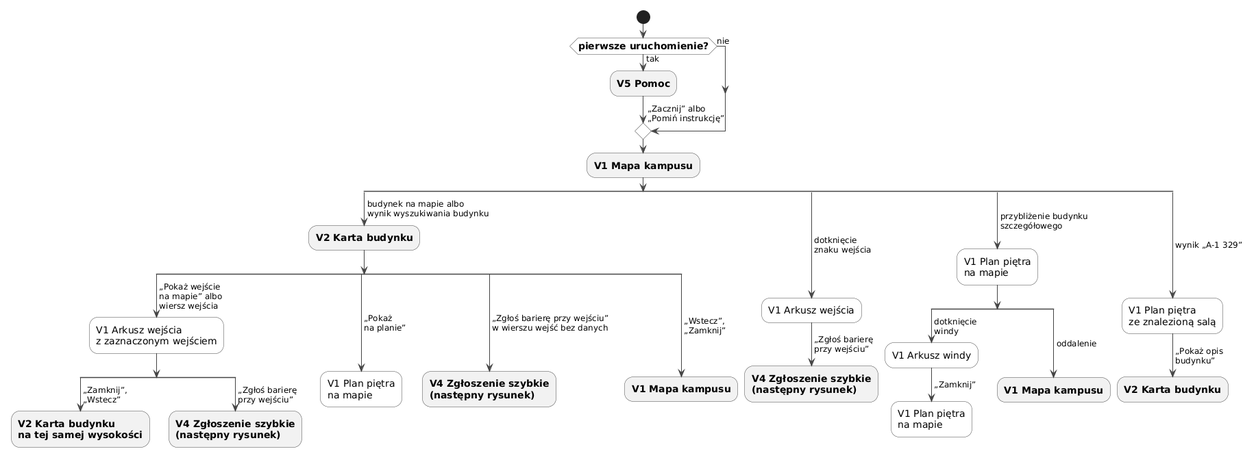
Above: docs/docs/_generated/nawigacja-gosc-mapa.png in dostepny-kampus/dostepny-kampus (PlantUML), before the change.
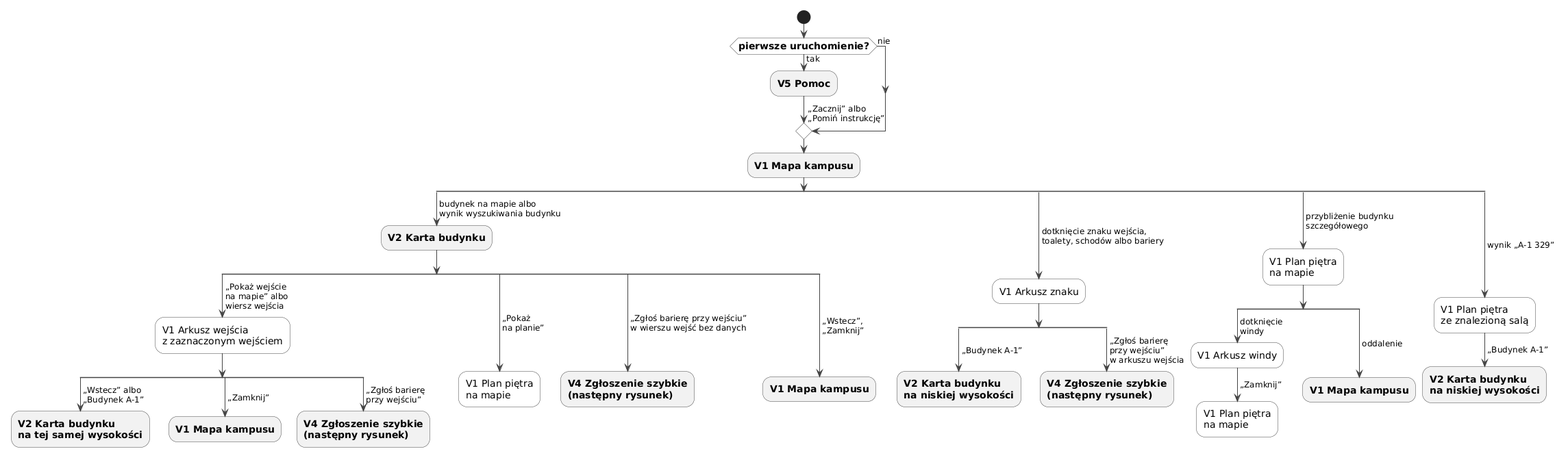
After the change.

Change to the diagram source:
```diff
@@ -15,8 +15,12 @@
     -> „Pokaż wejście\nna mapie” albo\nwiersz wejścia;
     :V1 Arkusz wejścia\nz zaznaczonym wejściem; <<stan>>
     split
-      -> „Zamknij”,\n„Wstecz”;
+      -> „Wstecz” albo\n„Budynek A-1”;
       :V2 Karta budynku\nna tej samej wysokości;
+      detach
+    split again
+      -> „Zamknij”;
+      :V1 Mapa kampusu;
       detach
     split again
       -> „Zgłoś barierę\nprzy wejściu”;
@@ -37,11 +41,17 @@
     detach
   end split
 split again
-  -> dotknięcie\nznaku wejścia;
-  :V1 Arkusz wejścia; <<stan>>
-  -> „Zgłoś barierę\nprzy wejściu”;
-  :V4 Zgłoszenie szybkie\n(następny rysunek);
-  detach
+  -> dotknięcie znaku wejścia,\ntoalety, schodów albo bariery;
+  :V1 Arkusz znaku; <<stan>>
+  split
+    -> „Budynek A-1”;
+    :V2 Karta budynku\nna niskiej wysokości;
+    detach
+  split again
+    -> „Zgłoś barierę\nprzy wejściu”\nw arkuszu wejścia;
+    :V4 Zgłoszenie szybkie\n(następny rysunek);
+    detach
+  end split
 split again
   -> przybliżenie budynku\nszczegółowego;
   :V1 Plan piętra\nna mapie; <<stan>>
@@ -59,8 +69,8 @@
 split again
   -> wynik „A-1 329”;
   :V1 Plan piętra\nze znalezioną salą; <<stan>>
-  -> „Pokaż opis\nbudynku”;
-  :V2 Karta budynku;
+  -> „Budynek A-1”;
+  :V2 Karta budynku\nna niskiej wysokości;
   detach
 end split
 @enduml
```
